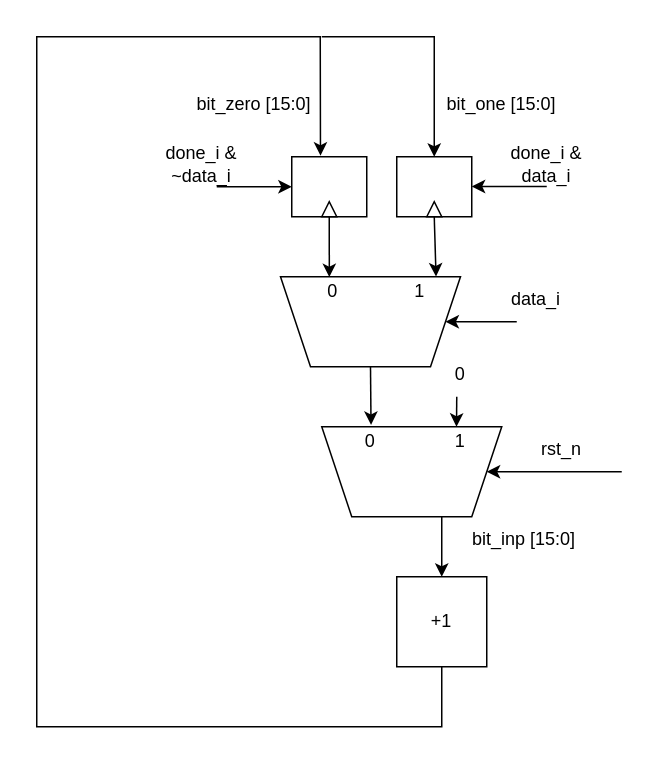
Before: draw/MRELBP_CIModules/ZeroOneCounter.drawio in Hieuueihm/Thesis, a draw.io diagram. Source tidied: cells renumbered, new cells numbered last; positions are measured from the earlier drawing's top-left corner, leaving out a move shared by most shapes. Both pictures are drawn from the tidied source at 150%, with x=0, y=0 at pixel (36, 36).
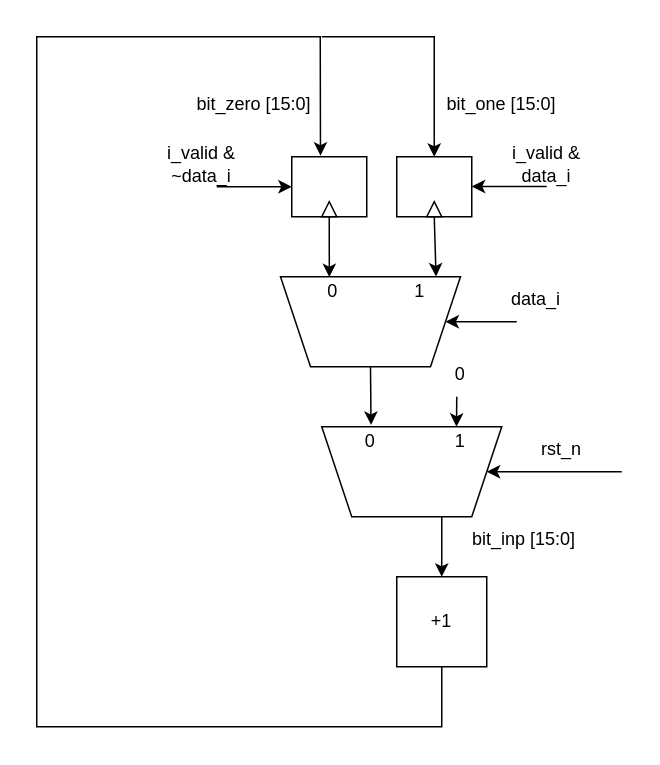
Above is the later version.

The edit, as a diff of the source:
```diff
@@
-    <mxCell id="31" value="done_i &amp;amp; ~data_i" style="text;html=1;align=center;verticalAlign=middle;whiteSpace=wrap;rounded=0;" parent="1" vertex="1">
+    <mxCell id="31" value="i_valid &amp;amp; ~data_i" style="text;html=1;align=center;verticalAlign=middle;whiteSpace=wrap;rounded=0;" parent="1" vertex="1">
       <mxGeometry x="80" y="70" width="60" height="30" as="geometry" />
     </mxCell>
-    <mxCell id="32" value="done_i &amp;amp; data_i" style="text;html=1;align=center;verticalAlign=middle;whiteSpace=wrap;rounded=0;" parent="1" vertex="1">
+    <mxCell id="32" value="i_valid &amp;amp; data_i" style="text;html=1;align=center;verticalAlign=middle;whiteSpace=wrap;rounded=0;" parent="1" vertex="1">
       <mxGeometry x="310" y="70" width="60" height="30" as="geometry" />
     </mxCell>
```
